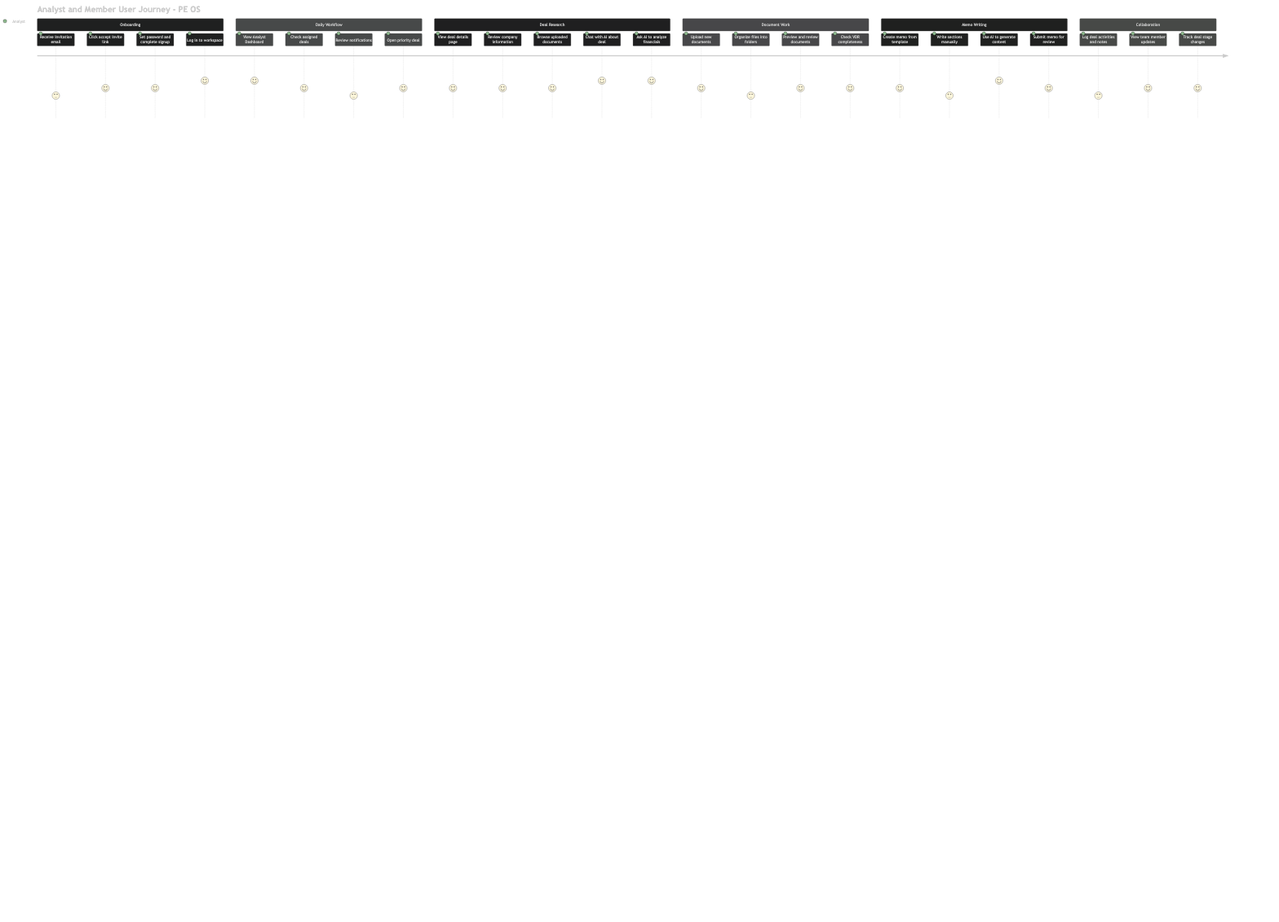
ganeshjagtap7/pe-dealstack keeps this Mermaid diagram as docs/diagrams/06-user-journey-analyst.png. Above is the earlier version. Its source is kept beside it as docs/diagrams/06-user-journey-analyst.mmd. Source of this version:
```mermaid
journey
    title Analyst and Member User Journey - PE OS
    section Onboarding
        Receive invitation email: 3: Analyst
        Click accept invite link: 4: Analyst
        Set password and complete signup: 4: Analyst
        Log in to workspace: 5: Analyst
    section Daily Workflow
        View Analyst Dashboard: 5: Analyst
        Check assigned deals: 4: Analyst
        Review notifications: 3: Analyst
        Open priority deal: 4: Analyst
    section Deal Research
        View deal details page: 4: Analyst
        Review company information: 4: Analyst
        Browse uploaded documents: 4: Analyst
        Chat with AI about deal: 5: Analyst
        Ask AI to analyze financials: 5: Analyst
    section Document Work
        Upload new documents: 4: Analyst
        Organize files into folders: 3: Analyst
        Preview and review documents: 4: Analyst
        Check VDR completeness: 4: Analyst
    section Memo Writing
        Create memo from template: 4: Analyst
        Write sections manually: 3: Analyst
        Use AI to generate content: 5: Analyst
        Submit memo for review: 4: Analyst
    section Collaboration
        Log deal activities and notes: 3: Analyst
        View team member updates: 4: Analyst
        Track deal stage changes: 4: Analyst
```
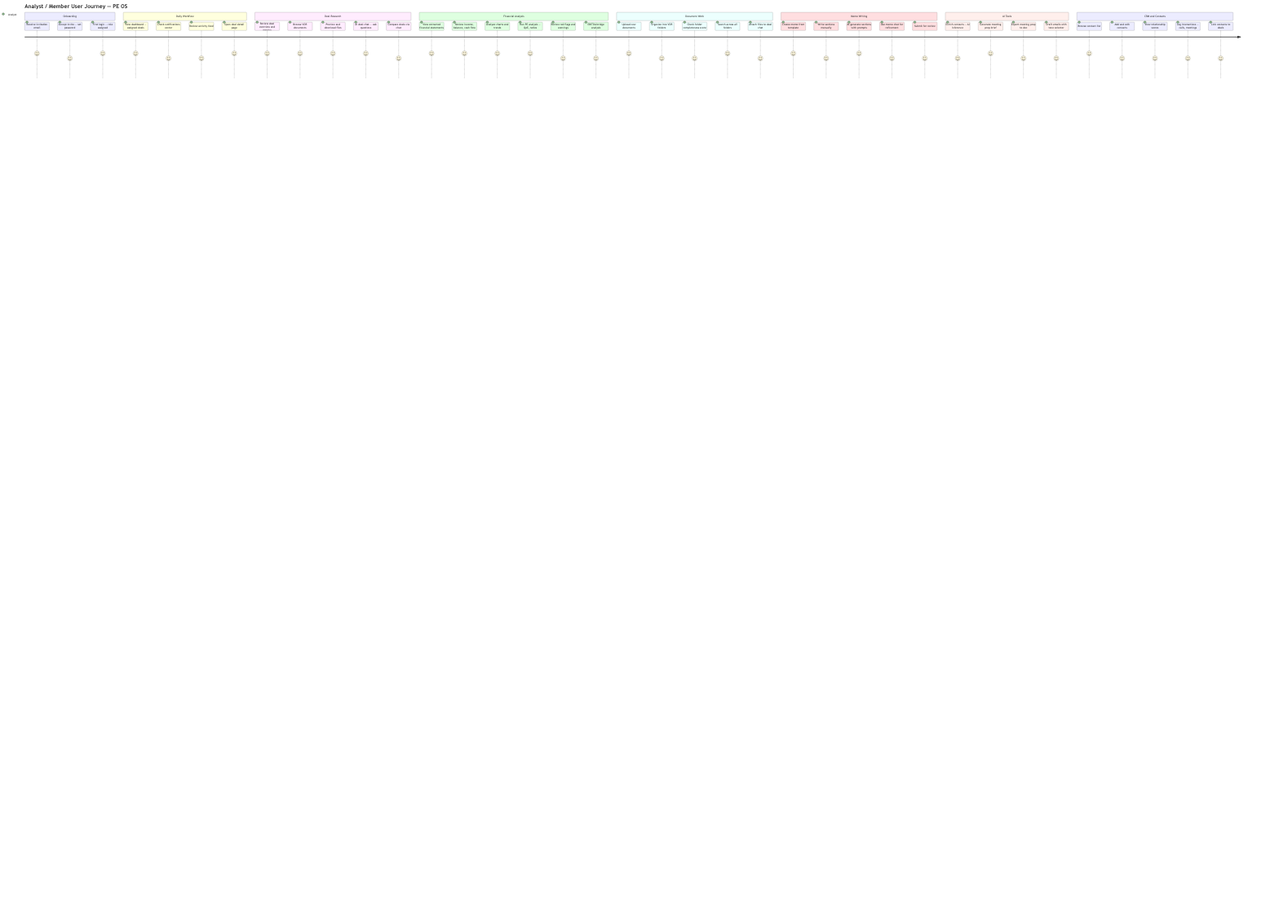
After the change.

Change to the diagram source:
```diff
@@ -1,32 +1,47 @@
 journey
-    title Analyst and Member User Journey - PE OS
+    title Analyst / Member User Journey — PE OS
     section Onboarding
-        Receive invitation email: 3: Analyst
-        Click accept invite link: 4: Analyst
-        Set password and complete signup: 4: Analyst
-        Log in to workspace: 5: Analyst
+        Receive invitation email: 5: Analyst
+        Accept invite — set password: 4: Analyst
+        First login — role assigned: 5: Analyst
     section Daily Workflow
-        View Analyst Dashboard: 5: Analyst
-        Check assigned deals: 4: Analyst
-        Review notifications: 3: Analyst
-        Open priority deal: 4: Analyst
+        View dashboard — assigned deals: 5: Analyst
+        Check notifications center: 4: Analyst
+        Review activity feed: 4: Analyst
+        Open deal detail page: 5: Analyst
     section Deal Research
-        View deal details page: 4: Analyst
-        Review company information: 4: Analyst
-        Browse uploaded documents: 4: Analyst
-        Chat with AI about deal: 5: Analyst
-        Ask AI to analyze financials: 5: Analyst
+        Review deal overview and metrics: 5: Analyst
+        Browse VDR documents: 5: Analyst
+        Preview and download files: 5: Analyst
+        AI deal chat — ask questions: 5: Analyst
+        Compare deals via chat: 4: Analyst
+    section Financial Analysis
+        View extracted financial statements: 5: Analyst
+        Review income, balance, cash flow: 5: Analyst
+        Analyze charts and trends: 5: Analyst
+        Run PE analysis — QoE, ratios: 5: Analyst
+        Review red flags and warnings: 4: Analyst
+        EBITDA bridge analysis: 4: Analyst
     section Document Work
-        Upload new documents: 4: Analyst
-        Organize files into folders: 3: Analyst
-        Preview and review documents: 4: Analyst
-        Check VDR completeness: 4: Analyst
+        Upload new documents: 5: Analyst
+        Organize into VDR folders: 4: Analyst
+        Check folder completeness score: 4: Analyst
+        Search across all folders: 5: Analyst
+        Attach files to deal chat: 4: Analyst
     section Memo Writing
-        Create memo from template: 4: Analyst
-        Write sections manually: 3: Analyst
-        Use AI to generate content: 5: Analyst
-        Submit memo for review: 4: Analyst
-    section Collaboration
-        Log deal activities and notes: 3: Analyst
-        View team member updates: 4: Analyst
-        Track deal stage changes: 4: Analyst
+        Create memo from template: 5: Analyst
+        Write sections manually: 4: Analyst
+        AI-generate sections with prompts: 5: Analyst
+        Use memo chat for refinement: 4: Analyst
+        Submit for review: 4: Analyst
+    section AI Tools
+        Enrich contacts — AI inference: 4: Analyst
+        Generate meeting prep brief: 5: Analyst
+        Export meeting prep to doc: 4: Analyst
+        Draft emails with tone selector: 4: Analyst
+    section CRM and Contacts
+        Browse contact list: 5: Analyst
+        Add and edit contacts: 4: Analyst
+        View relationship scores: 4: Analyst
+        Log interactions — calls, meetings: 4: Analyst
+        Link contacts to deals: 4: Analyst
```
